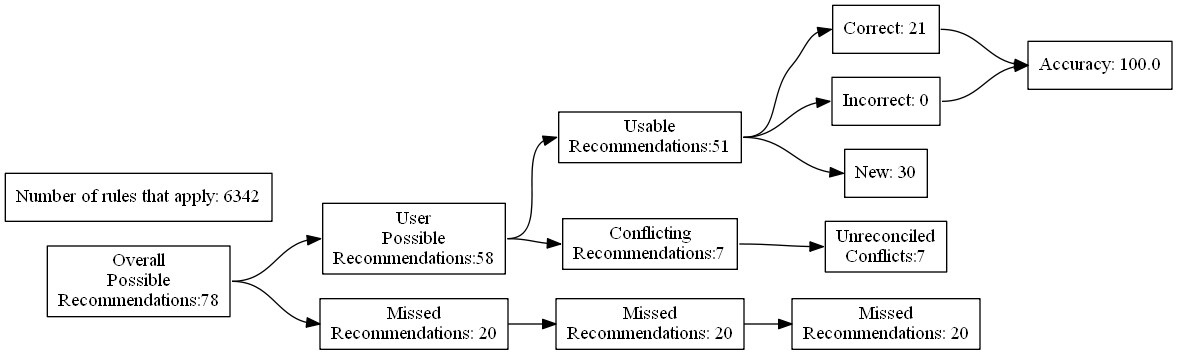
Earlier version of the Graphviz export test_renders/48.gv.png (ZaxR/ibd_diet_analysis). Its source is kept beside it as test_renders/48.gv.
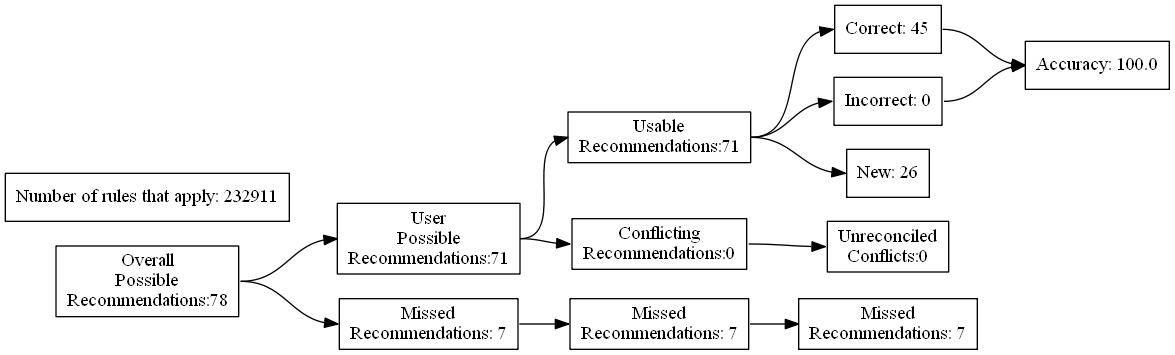
The same diagram one commit later.

Change to the diagram source:
```diff
@@ -7,24 +7,24 @@
 Recommendations:78"]
 		B [label="User
 Possible
-Recommendations:58"]
+Recommendations:71"]
 		C [label="Missed
-Recommendations: 20"]
+Recommendations: 7"]
 		D [label="Usable
-Recommendations:51"]
+Recommendations:71"]
 		E [label="Conflicting
-Recommendations:7"]
+Recommendations:0"]
 		J [label="Missed
-Recommendations: 20"]
+Recommendations: 7"]
 		M [label="Unreconciled
-Conflicts:7"]
-		F [label="Correct: 21"]
+Conflicts:0"]
+		F [label="Correct: 45"]
 		G [label="Incorrect: 0"]
-		H [label="New: 30"]
+		H [label="New: 26"]
 		K [label="Missed
-Recommendations: 20"]
+Recommendations: 7"]
 		I [label="Accuracy: 100.0"]
-		l [label="Number of rules that apply: 6342"]
+		l [label="Number of rules that apply: 232911"]
 			A -> B
 			A -> C
 			B -> D
```
